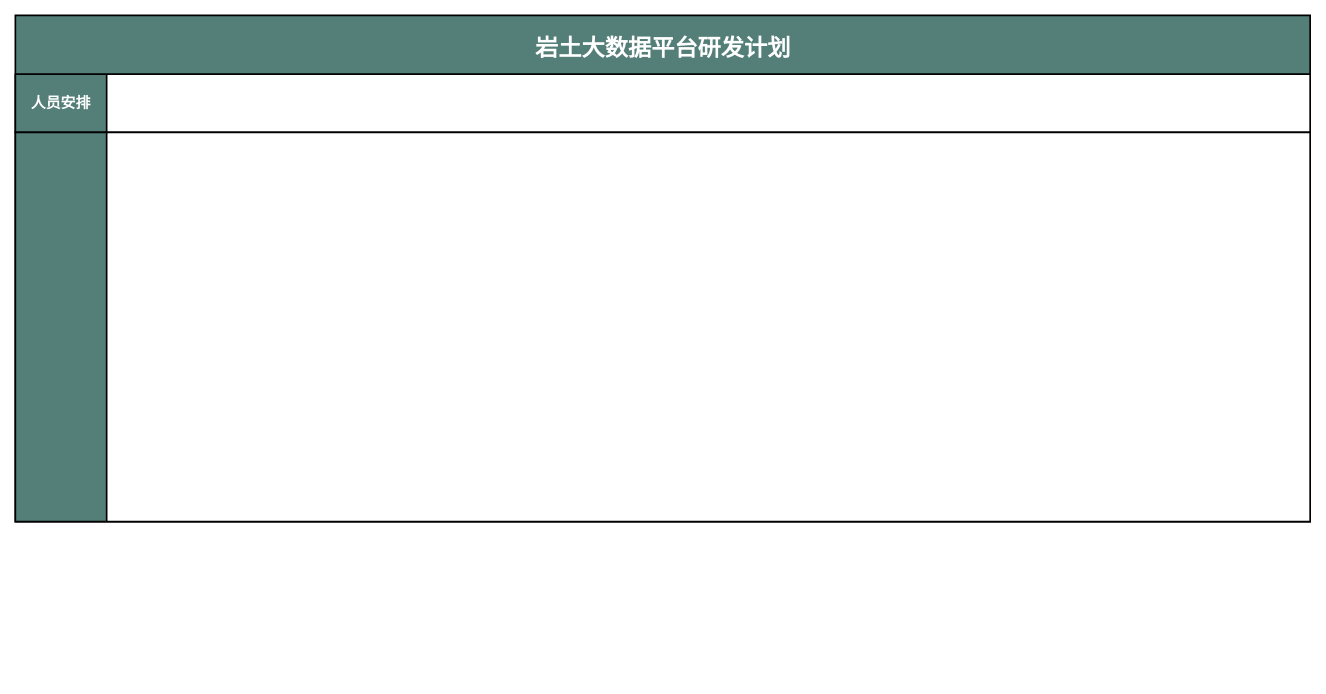
Before: page "研发计划" (3 of 3) of 岩土大数据平台架构.drawio in JiaYF1/my_draw_io, a draw.io diagram. Source tidied: cells renumbered, new cells numbered last; positions are measured from the earlier drawing's top-left corner, leaving out a move shared by most shapes. Both pictures are drawn from the tidied source at 83%, with x=0, y=0 at pixel (15, 15).
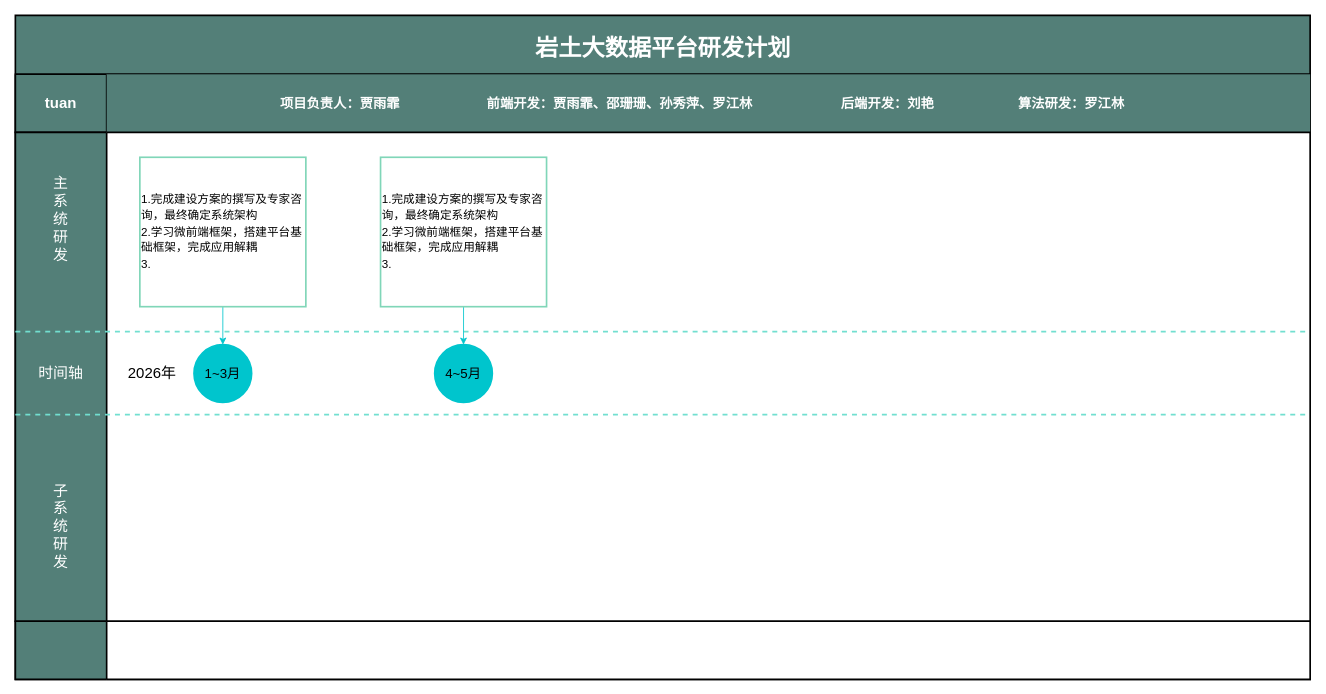
The same diagram, later.

Unchanged cells that the change refers to:
```xml
<mxCell id="3" style="swimlane;startSize=110;horizontal=0;strokeWidth=2;align=center;verticalAlign=middle;fontFamily=Helvetica;fontSize=42;fontStyle=1;labelBackgroundColor=none;rounded=0;swimlaneFillColor=default;strokeColor=default;fillColor=light-dark(#537F78,#EDEDED);labelPosition=center;verticalLabelPosition=middle;textDirection=rtl;fontColor=default;spacing=0;swimlaneLine=1;" parent="2" vertex="1">
  <mxGeometry y="71" width="1560" height="70" as="geometry" />
</mxCell>
```

The edit, as a diff of the source:
```diff
@@
     <mxCell id="2" value="&lt;font style=&quot;color: light-dark(rgb(255, 255, 255), rgb(237, 237, 237)); font-size: 28px;&quot;&gt;岩土大数据平台研发计划&lt;/font&gt;" style="swimlane;horizontal=1;startSize=71;html=1;strokeWidth=2;align=center;verticalAlign=middle;fontFamily=Helvetica;fontSize=42;fontStyle=1;labelBackgroundColor=none;rounded=0;fillColor=light-dark(#537F78,#EDEDED);swimlaneLine=1;glass=0;" parent="1" vertex="1">
-      <mxGeometry width="1560" height="610" as="geometry" />
+      <mxGeometry width="1560" height="800" as="geometry" />
     </mxCell>
@@
+    <mxCell id="6" value="&lt;font style=&quot;font-size: 16px; color: light-dark(rgb(255, 255, 255), rgb(237, 237, 237));&quot;&gt;&lt;b&gt;项目负责人：贾雨霏&lt;span style=&quot;white-space: pre;&quot;&gt;&#9;&lt;span style=&quot;white-space: pre;&quot;&gt;&#9;&lt;span style=&quot;white-space: pre;&quot;&gt;&#9;&lt;/span&gt;&lt;/span&gt;&lt;/span&gt;前端开发：贾雨霏、邵珊珊、孙秀萍、罗江林&lt;span style=&quot;white-space: pre;&quot;&gt;&#9;&lt;/span&gt;&lt;span style=&quot;white-space: pre;&quot;&gt;&#9;&lt;span style=&quot;white-space: pre;&quot;&gt;&#9;&lt;/span&gt;&lt;/span&gt;后端开发：刘艳&lt;span style=&quot;white-space: pre;&quot;&gt;&#9;&lt;/span&gt;&lt;span style=&quot;white-space: pre;&quot;&gt;&#9;&lt;span style=&quot;white-space: pre;&quot;&gt;&#9;&lt;/span&gt;&lt;/span&gt;算法研发：罗江林&lt;span style=&quot;white-space: pre;&quot;&gt;&#9;&lt;/span&gt;&lt;/b&gt;&lt;/font&gt;" style="text;html=1;whiteSpace=wrap;strokeColor=none;fillColor=light-dark(#537f78, #ededed);align=center;verticalAlign=middle;rounded=0;" parent="3" vertex="1">
+      <mxGeometry x="110" width="1450" height="70" as="geometry" />
+    </mxCell>
-    <mxCell id="4" value="&lt;font&gt;人员安排&lt;/font&gt;" style="text;html=1;whiteSpace=wrap;strokeColor=none;fillColor=none;align=center;verticalAlign=middle;rounded=0;fontSize=18;fontColor=light-dark(#ffffff, #ededed);fontStyle=1;" parent="3" vertex="1">
+    <mxCell id="4" value="tuan" style="text;html=1;whiteSpace=wrap;strokeColor=none;fillColor=none;align=center;verticalAlign=middle;rounded=0;fontSize=18;fontColor=light-dark(#ffffff, #ededed);fontStyle=1;" parent="3" vertex="1">
       <mxGeometry y="20" width="110" height="30" as="geometry" />
     </mxCell>
     <mxCell id="5" style="swimlane;startSize=110;horizontal=0;strokeWidth=2;align=center;verticalAlign=middle;fontFamily=Helvetica;fontSize=32;fontStyle=1;labelBackgroundColor=none;rounded=0;swimlaneFillColor=default;strokeColor=default;fillColor=light-dark(#537F78,#EDEDED);fontColor=light-dark(#fdfcfc, #ededed);html=1;convertToSvg=0;labelBorderColor=none;textShadow=0;movableLabel=0;fixedWidth=0;" parent="2" vertex="1">
-      <mxGeometry y="141" width="1560" height="469" as="geometry" />
+      <mxGeometry y="141" width="1560" height="589" as="geometry" />
     </mxCell>
+    <mxCell id="7" value="&lt;font style=&quot;font-size: 18px; color: light-dark(rgb(255, 255, 255), rgb(237, 237, 237));&quot;&gt;&lt;span style=&quot;font-weight: normal;&quot;&gt;主&lt;/span&gt;&lt;/font&gt;&lt;div&gt;&lt;font style=&quot;font-size: 18px; color: light-dark(rgb(255, 255, 255), rgb(237, 237, 237));&quot;&gt;&lt;span style=&quot;font-weight: normal;&quot;&gt;系&lt;/span&gt;&lt;/font&gt;&lt;/div&gt;&lt;div&gt;&lt;font style=&quot;font-size: 18px; color: light-dark(rgb(255, 255, 255), rgb(237, 237, 237));&quot;&gt;&lt;span style=&quot;font-weight: normal;&quot;&gt;统&lt;/span&gt;&lt;/font&gt;&lt;/div&gt;&lt;div&gt;&lt;font style=&quot;font-size: 18px; color: light-dark(rgb(255, 255, 255), rgb(237, 237, 237));&quot;&gt;&lt;span style=&quot;font-weight: normal;&quot;&gt;研&lt;/span&gt;&lt;/font&gt;&lt;/div&gt;&lt;div&gt;&lt;font style=&quot;font-size: 18px; color: light-dark(rgb(255, 255, 255), rgb(237, 237, 237));&quot;&gt;&lt;span style=&quot;font-weight: normal;&quot;&gt;发&lt;/span&gt;&lt;/font&gt;&lt;/div&gt;" style="text;html=1;whiteSpace=wrap;strokeColor=none;fillColor=none;align=center;verticalAlign=middle;rounded=0;fontStyle=1;flipV=1;" parent="5" vertex="1">
+      <mxGeometry x="25" y="50" width="60" height="110" as="geometry" />
+    </mxCell>
+    <mxCell id="8" value="&lt;font color=&quot;#ffffff&quot;&gt;&lt;span style=&quot;font-size: 18px; font-weight: 400;&quot;&gt;时间轴&lt;/span&gt;&lt;/font&gt;" style="text;html=1;whiteSpace=wrap;strokeColor=none;fillColor=none;align=center;verticalAlign=middle;rounded=0;fontStyle=1;flipV=1;" parent="5" vertex="1">
+      <mxGeometry x="25" y="268" width="60" height="45" as="geometry" />
+    </mxCell>
+    <mxCell id="9" value="&lt;font style=&quot;font-size: 18px; color: light-dark(rgb(255, 255, 255), rgb(237, 237, 237));&quot;&gt;&lt;span style=&quot;font-weight: normal;&quot;&gt;子&lt;/span&gt;&lt;/font&gt;&lt;div&gt;&lt;span style=&quot;font-weight: normal; color: light-dark(rgb(255, 255, 255), rgb(237, 237, 237)); font-size: 18px; background-color: transparent;&quot;&gt;系&lt;/span&gt;&lt;div&gt;&lt;font style=&quot;font-size: 18px; color: light-dark(rgb(255, 255, 255), rgb(237, 237, 237));&quot;&gt;&lt;span style=&quot;font-weight: normal;&quot;&gt;统&lt;/span&gt;&lt;/font&gt;&lt;/div&gt;&lt;div&gt;&lt;font style=&quot;font-size: 18px; color: light-dark(rgb(255, 255, 255), rgb(237, 237, 237));&quot;&gt;&lt;span style=&quot;font-weight: normal;&quot;&gt;研&lt;/span&gt;&lt;/font&gt;&lt;/div&gt;&lt;div&gt;&lt;font style=&quot;font-size: 18px; color: light-dark(rgb(255, 255, 255), rgb(237, 237, 237));&quot;&gt;&lt;span style=&quot;font-weight: normal;&quot;&gt;发&lt;/span&gt;&lt;/font&gt;&lt;/div&gt;&lt;/div&gt;" style="text;html=1;whiteSpace=wrap;strokeColor=none;fillColor=none;align=center;verticalAlign=middle;rounded=0;fontStyle=1;flipV=1;" parent="5" vertex="1">
+      <mxGeometry x="25" y="420" width="60" height="110" as="geometry" />
+    </mxCell>
+    <mxCell id="10" value="&lt;font style=&quot;font-size: 16px;&quot;&gt;1~3月&lt;/font&gt;" style="ellipse;whiteSpace=wrap;html=1;fillColor=light-dark(#00c5cd, #ededed);strokeColor=light-dark(#00c5cd, #ededed);strokeWidth=2;" parent="5" vertex="1">
+      <mxGeometry x="215.2" y="255.8" width="69.5" height="69.5" as="geometry" />
+    </mxCell>
+    <mxCell id="11" style="endArrow=none;dashed=1;html=1;exitX=0;exitY=0.5;exitDx=0;exitDy=0;entryX=1;entryY=0.5;entryDx=0;entryDy=0;strokeColor=light-dark(#72dfd0, #ededed);strokeWidth=2;" parent="5" edge="1">
+      <mxGeometry relative="1" as="geometry">
+        <mxPoint y="240" as="sourcePoint" />
+        <mxPoint x="1560" y="240" as="targetPoint" />
+      </mxGeometry>
+    </mxCell>
+    <mxCell id="12" style="endArrow=none;dashed=1;html=1;exitX=0;exitY=0.5;exitDx=0;exitDy=0;entryX=1;entryY=0.5;entryDx=0;entryDy=0;strokeColor=light-dark(#72dfd0, #ededed);strokeWidth=2;" parent="5" edge="1">
+      <mxGeometry relative="1" as="geometry">
+        <mxPoint y="340" as="sourcePoint" />
+        <mxPoint x="1560" y="340" as="targetPoint" />
+      </mxGeometry>
+    </mxCell>
+    <mxCell id="13" value="&lt;font style=&quot;font-size: 18px;&quot;&gt;2026年&lt;/font&gt;" style="text;html=1;whiteSpace=wrap;strokeColor=none;fillColor=none;align=center;verticalAlign=middle;rounded=0;" parent="5" vertex="1">
+      <mxGeometry x="130" y="275.5" width="70" height="30" as="geometry" />
+    </mxCell>
+    <mxCell id="14" style="edgeStyle=orthogonalEdgeStyle;jettySize=auto;html=1;exitX=0.5;exitY=1;exitDx=0;exitDy=0;entryX=0.5;entryY=0;entryDx=0;entryDy=0;strokeColor=light-dark(#00c5cd, #ededed);" parent="5" edge="1" source="15" target="10">
+      <mxGeometry relative="1" as="geometry" />
+    </mxCell>
+    <mxCell id="15" value="&lt;div style=&quot;line-height: 140%;&quot;&gt;&lt;font style=&quot;font-size: 14px; line-height: 140%;&quot;&gt;1.完成建设方案的撰写及专家咨询，最终确定系统架构&lt;/font&gt;&lt;div&gt;&lt;font style=&quot;font-size: 14px; line-height: 140%;&quot;&gt;2.学习微前端框架，搭建平台基础框架，完成应用解耦&lt;/font&gt;&lt;/div&gt;&lt;div&gt;&lt;font style=&quot;font-size: 14px; line-height: 140%;&quot;&gt;3.&lt;/font&gt;&lt;/div&gt;&lt;/div&gt;" style="rounded=0;whiteSpace=wrap;html=1;strokeColor=light-dark(#80d6b8, #ededed);strokeWidth=2;align=left;" parent="5" vertex="1">
+      <mxGeometry x="150" y="30" width="200" height="180" as="geometry" />
+    </mxCell>
+    <mxCell id="16" value="&lt;font style=&quot;font-size: 16px;&quot;&gt;4~5月&lt;/font&gt;" style="ellipse;whiteSpace=wrap;html=1;fillColor=light-dark(#00c5cd, #ededed);strokeColor=light-dark(#00c5cd, #ededed);strokeWidth=2;" parent="5" vertex="1">
+      <mxGeometry x="505.2" y="255.8" width="69.5" height="69.5" as="geometry" />
+    </mxCell>
+    <mxCell id="17" style="edgeStyle=orthogonalEdgeStyle;jettySize=auto;html=1;exitX=0.5;exitY=1;exitDx=0;exitDy=0;entryX=0.5;entryY=0;entryDx=0;entryDy=0;strokeColor=light-dark(#00c5cd, #ededed);" parent="5" edge="1" source="18" target="16">
+      <mxGeometry relative="1" as="geometry" />
+    </mxCell>
+    <mxCell id="18" value="&lt;div style=&quot;line-height: 140%;&quot;&gt;&lt;font style=&quot;font-size: 14px; line-height: 140%;&quot;&gt;1.完成建设方案的撰写及专家咨询，最终确定系统架构&lt;/font&gt;&lt;div&gt;&lt;font style=&quot;font-size: 14px; line-height: 140%;&quot;&gt;2.学习微前端框架，搭建平台基础框架，完成应用解耦&lt;/font&gt;&lt;/div&gt;&lt;div&gt;&lt;font style=&quot;font-size: 14px; line-height: 140%;&quot;&gt;3.&lt;/font&gt;&lt;/div&gt;&lt;/div&gt;" style="rounded=0;whiteSpace=wrap;html=1;strokeColor=light-dark(#80d6b8, #ededed);strokeWidth=2;align=left;" parent="5" vertex="1">
+      <mxGeometry x="440" y="30" width="200" height="180" as="geometry" />
+    </mxCell>
+    <mxCell id="19" style="swimlane;startSize=110;horizontal=0;strokeWidth=2;align=center;verticalAlign=middle;fontFamily=Helvetica;fontSize=32;fontStyle=1;labelBackgroundColor=none;rounded=0;swimlaneFillColor=default;strokeColor=default;fillColor=light-dark(#537F78,#EDEDED);fontColor=light-dark(#fdfcfc, #ededed);html=1;convertToSvg=0;labelBorderColor=none;textShadow=0;movableLabel=0;fixedWidth=0;" parent="2" vertex="1">
+      <mxGeometry y="730" width="1560" height="70" as="geometry" />
+    </mxCell>
```
